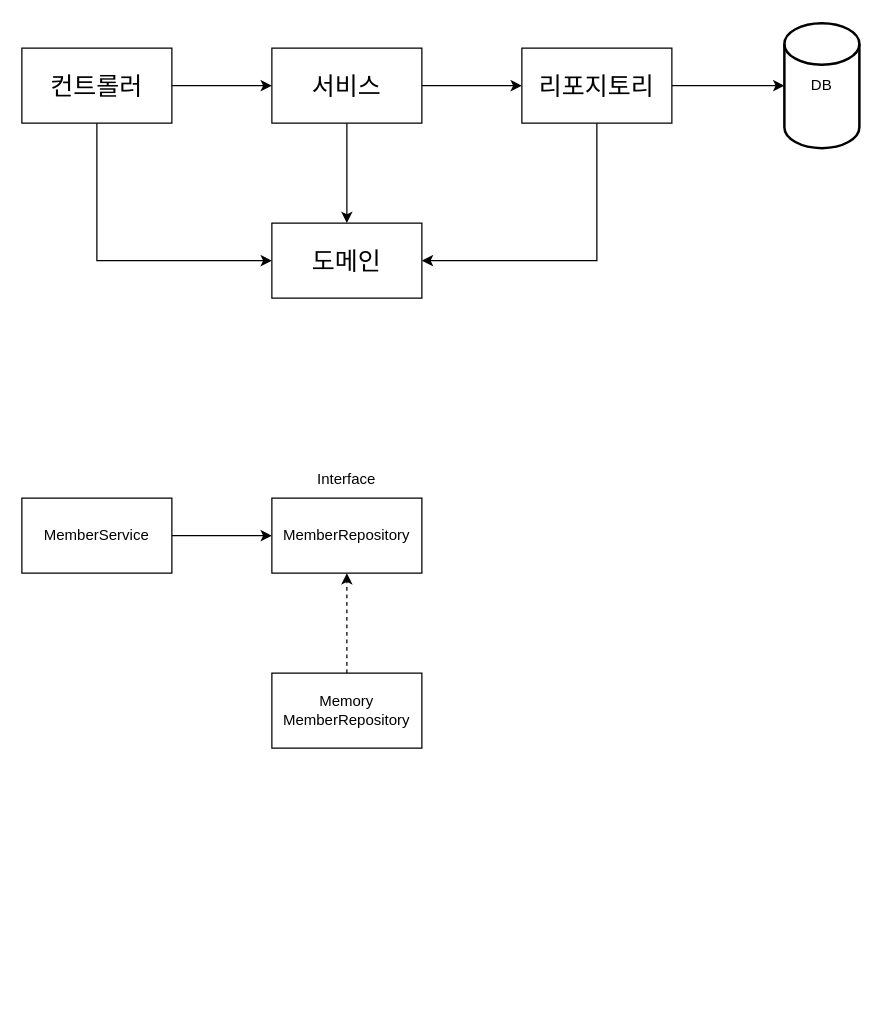
This is Spring/hello-spring/architecture/HelloSpringAppArchitecture.drawio from slykid/Java, a draw.io file, before an edit. Source tidied: cells renumbered, new cells numbered last; positions are measured from the earlier drawing's top-left corner, leaving out a move shared by most shapes. Both pictures are drawn from the tidied source at 125%, with x=0, y=0 at pixel (21, 22).
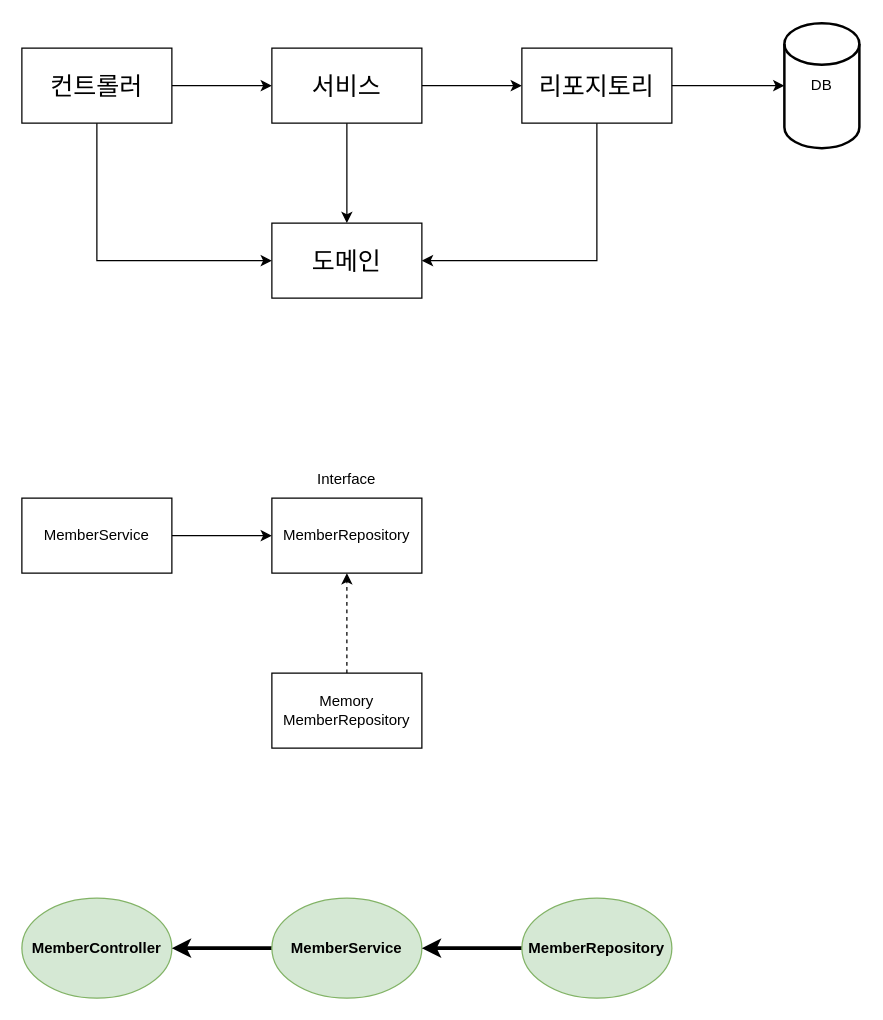
The same diagram, later.

Commit message (it also covers changes not shown here):
FIX: [Spring] 3. 스프링 빈과 의존관계

Change to the diagram source:
```diff
@@
+    <mxCell id="19" value="&lt;b&gt;MemberController&lt;/b&gt;" style="ellipse;whiteSpace=wrap;html=1;fillColor=#d5e8d4;strokeColor=#82b366;" parent="1" vertex="1">
+      <mxGeometry y="700" width="120" height="80" as="geometry" />
+    </mxCell>
+    <mxCell id="20" style="edgeStyle=orthogonalEdgeStyle;rounded=0;jettySize=auto;html=1;exitX=0;exitY=0.5;exitDx=0;exitDy=0;strokeWidth=3;" parent="1" edge="1" source="21" target="19">
+      <mxGeometry relative="1" as="geometry" />
+    </mxCell>
+    <mxCell id="21" value="&lt;b&gt;MemberService&lt;/b&gt;" style="ellipse;whiteSpace=wrap;html=1;fillColor=#d5e8d4;strokeColor=#82b366;" parent="1" vertex="1">
+      <mxGeometry x="200" y="700" width="120" height="80" as="geometry" />
+    </mxCell>
+    <mxCell id="22" style="edgeStyle=orthogonalEdgeStyle;rounded=0;jettySize=auto;html=1;exitX=0;exitY=0.5;exitDx=0;exitDy=0;entryX=1;entryY=0.5;entryDx=0;entryDy=0;strokeWidth=3;" parent="1" edge="1" source="23" target="21">
+      <mxGeometry relative="1" as="geometry" />
+    </mxCell>
+    <mxCell id="23" value="&lt;b&gt;MemberRepository&lt;/b&gt;" style="ellipse;whiteSpace=wrap;html=1;fillColor=#d5e8d4;strokeColor=#82b366;" parent="1" vertex="1">
+      <mxGeometry x="400" y="700" width="120" height="80" as="geometry" />
+    </mxCell>
```
